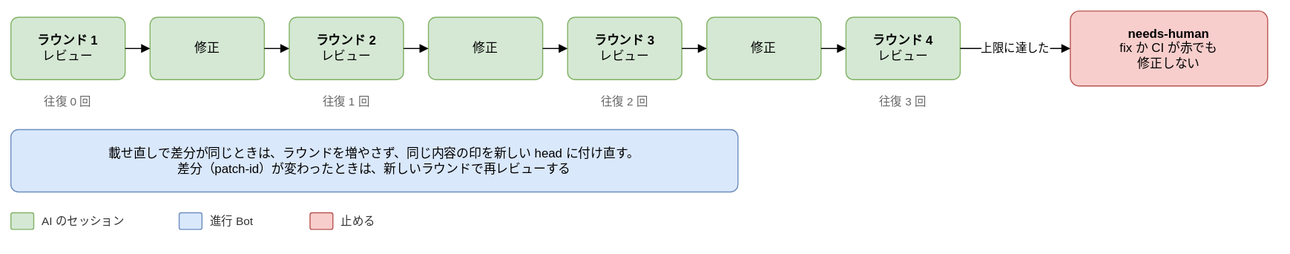
The draw.io diagram docs/design/basic/diagrams/02-rounds.drawio.svg in Joymerrevent/dev-autopilot, before a commit. Source tidied: cells renumbered, new cells last; positions are measured from the earlier drawing's top-left corner, leaving out a move shared by most shapes.
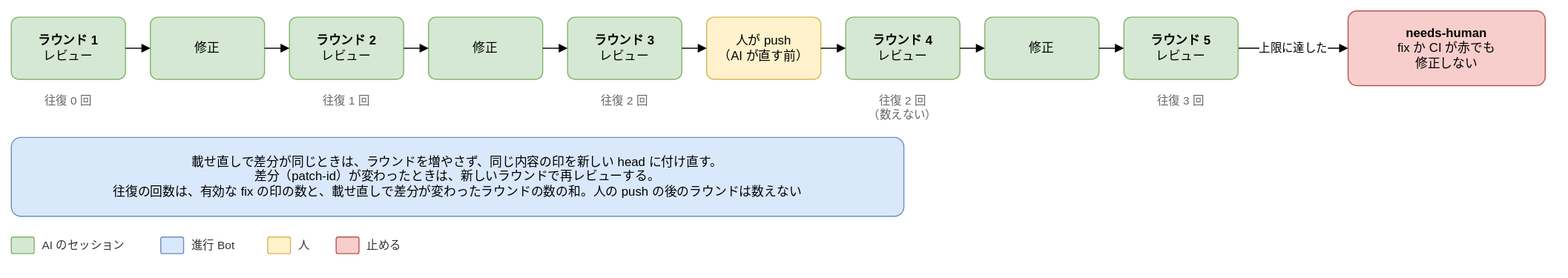
The same file after the commit.

What changed in the source:
```diff
@@ -38,7 +38,7 @@
     <mxCell id="13" value="往復 2 回" style="text;html=1;whiteSpace=wrap;align=left;verticalAlign=top;fontSize=11;fontColor=#666666;align=center;" parent="1" vertex="1">
       <mxGeometry x="536" y="74" width="110" height="20" as="geometry" />
     </mxCell>
-    <mxCell id="14" value="修正" style="rounded=1;whiteSpace=wrap;html=1;fontSize=12;arcSize=12;spacing=12;fillColor=#d5e8d4;strokeColor=#82b366;" parent="1" vertex="1">
+    <mxCell id="14" value="人が push&lt;br&gt;（AI が直す前）" style="rounded=1;whiteSpace=wrap;html=1;fontSize=12;arcSize=12;spacing=12;fillColor=#fff2cc;strokeColor=#d6b656;" parent="1" vertex="1">
       <mxGeometry x="670" y="6" width="110" height="60" as="geometry" />
     </mxCell>
     <mxCell id="15" style="edgeStyle=orthogonalEdgeStyle;rounded=1;html=1;endArrow=block;endFill=1;fontSize=11;labelBackgroundColor=#ffffff;exitX=1;exitY=0.5;exitDx=0;exitDy=0;entryX=0;entryY=0.5;entryDx=0;entryDy=0;" parent="1" edge="1" source="11" target="14">
@@ -50,35 +50,56 @@
     <mxCell id="17" style="edgeStyle=orthogonalEdgeStyle;rounded=1;html=1;endArrow=block;endFill=1;fontSize=11;labelBackgroundColor=#ffffff;exitX=1;exitY=0.5;exitDx=0;exitDy=0;entryX=0;entryY=0.5;entryDx=0;entryDy=0;" parent="1" edge="1" source="14" target="16">
       <mxGeometry relative="1" as="geometry" />
     </mxCell>
-    <mxCell id="18" value="往復 3 回" style="text;html=1;whiteSpace=wrap;align=left;verticalAlign=top;fontSize=11;fontColor=#666666;align=center;" parent="1" vertex="1">
-      <mxGeometry x="804" y="74" width="110" height="20" as="geometry" />
+    <mxCell id="18" value="往復 2 回&lt;br&gt;（数えない）" style="text;html=1;whiteSpace=wrap;align=left;verticalAlign=top;fontSize=11;fontColor=#666666;align=center;" parent="1" vertex="1">
+      <mxGeometry x="804" y="74" width="110" height="34" as="geometry" />
     </mxCell>
     <mxCell id="19" value="&lt;b&gt;needs-human&lt;/b&gt;&lt;br&gt;fix か CI が赤でも&lt;br&gt;修正しない" style="rounded=1;whiteSpace=wrap;html=1;fontSize=12;arcSize=12;spacing=12;fillColor=#f8cecc;strokeColor=#b85450;" parent="1" vertex="1">
-      <mxGeometry x="1020" width="190" height="72" as="geometry" />
+      <mxGeometry x="1288" width="190" height="72" as="geometry" />
     </mxCell>
-    <mxCell id="20" value="上限に達した" style="edgeStyle=orthogonalEdgeStyle;rounded=1;html=1;endArrow=block;endFill=1;fontSize=11;labelBackgroundColor=#ffffff;exitX=1;exitY=0.5;exitDx=0;exitDy=0;entryX=0;entryY=0.5;entryDx=0;entryDy=0;" parent="1" edge="1" source="16" target="19">
+    <mxCell id="20" value="上限に達した" style="edgeStyle=orthogonalEdgeStyle;rounded=1;html=1;endArrow=block;endFill=1;fontSize=11;labelBackgroundColor=#ffffff;exitX=1;exitY=0.5;exitDx=0;exitDy=0;entryX=0;entryY=0.5;entryDx=0;entryDy=0;" parent="1" edge="1" source="29" target="19">
       <mxGeometry relative="1" as="geometry" />
     </mxCell>
-    <mxCell id="21" value="載せ直しで差分が同じときは、ラウンドを増やさず、同じ内容の印を新しい head に付け直す。&lt;br&gt;差分（patch-id）が変わったときは、新しいラウンドで再レビューする" style="rounded=1;whiteSpace=wrap;html=1;fontSize=12;arcSize=12;spacing=12;fillColor=#dae8fc;strokeColor=#6c8ebf;" parent="1" vertex="1">
-      <mxGeometry y="114" width="700" height="60" as="geometry" />
+    <mxCell id="21" value="載せ直しで差分が同じときは、ラウンドを増やさず、同じ内容の印を新しい head に付け直す。&lt;br&gt;差分（patch-id）が変わったときは、新しいラウンドで再レビューする。&lt;br&gt;往復の回数は、有効な fix の印の数と、載せ直しで差分が変わったラウンドの数の和。人の push の後のラウンドは数えない" style="rounded=1;whiteSpace=wrap;html=1;fontSize=12;arcSize=12;spacing=12;fillColor=#dae8fc;strokeColor=#6c8ebf;" parent="1" vertex="1">
+      <mxGeometry y="122" width="860" height="76" as="geometry" />
     </mxCell>
+    <mxCell id="28" value="修正" style="rounded=1;whiteSpace=wrap;html=1;fontSize=12;arcSize=12;spacing=12;fillColor=#d5e8d4;strokeColor=#82b366;" parent="1" vertex="1">
+      <mxGeometry x="938" y="6" width="110" height="60" as="geometry" />
+    </mxCell>
+    <mxCell id="29" value="&lt;b&gt;ラウンド 5&lt;/b&gt;&lt;br&gt;レビュー" style="rounded=1;whiteSpace=wrap;html=1;fontSize=12;arcSize=12;spacing=12;fillColor=#d5e8d4;strokeColor=#82b366;" parent="1" vertex="1">
+      <mxGeometry x="1072" y="6" width="110" height="60" as="geometry" />
+    </mxCell>
+    <mxCell id="30" value="往復 3 回" style="text;html=1;whiteSpace=wrap;align=left;verticalAlign=top;fontSize=11;fontColor=#666666;align=center;" parent="1" vertex="1">
+      <mxGeometry x="1072" y="74" width="110" height="20" as="geometry" />
+    </mxCell>
+    <mxCell id="31" style="edgeStyle=orthogonalEdgeStyle;rounded=1;html=1;endArrow=block;endFill=1;fontSize=11;labelBackgroundColor=#ffffff;exitX=1;exitY=0.5;exitDx=0;exitDy=0;entryX=0;entryY=0.5;entryDx=0;entryDy=0;" parent="1" edge="1" source="16" target="28">
+      <mxGeometry relative="1" as="geometry" />
+    </mxCell>
+    <mxCell id="32" style="edgeStyle=orthogonalEdgeStyle;rounded=1;html=1;endArrow=block;endFill=1;fontSize=11;labelBackgroundColor=#ffffff;exitX=1;exitY=0.5;exitDx=0;exitDy=0;entryX=0;entryY=0.5;entryDx=0;entryDy=0;" parent="1" edge="1" source="28" target="29">
+      <mxGeometry relative="1" as="geometry" />
+    </mxCell>
     <mxCell id="22" style="rounded=1;whiteSpace=wrap;html=1;fontSize=12;arcSize=12;spacing=12;fillColor=#d5e8d4;strokeColor=#82b366;" parent="1" vertex="1">
-      <mxGeometry y="194" width="22" height="16" as="geometry" />
+      <mxGeometry y="218" width="22" height="16" as="geometry" />
     </mxCell>
     <mxCell id="23" value="AI のセッション" style="text;html=1;align=left;verticalAlign=middle;fontSize=11;fontColor=#333333;" parent="1" vertex="1">
-      <mxGeometry x="28" y="192" width="118" height="20" as="geometry" />
+      <mxGeometry x="28" y="216" width="100" height="20" as="geometry" />
     </mxCell>
     <mxCell id="24" style="rounded=1;whiteSpace=wrap;html=1;fontSize=12;arcSize=12;spacing=12;fillColor=#dae8fc;strokeColor=#6c8ebf;" parent="1" vertex="1">
-      <mxGeometry x="162" y="194" width="22" height="16" as="geometry" />
+      <mxGeometry x="144" y="218" width="22" height="16" as="geometry" />
     </mxCell>
     <mxCell id="25" value="進行 Bot" style="text;html=1;align=left;verticalAlign=middle;fontSize=11;fontColor=#333333;" parent="1" vertex="1">
-      <mxGeometry x="190" y="192" width="82" height="20" as="geometry" />
+      <mxGeometry x="172" y="216" width="59" height="20" as="geometry" />
     </mxCell>
-    <mxCell id="26" style="rounded=1;whiteSpace=wrap;html=1;fontSize=12;arcSize=12;spacing=12;fillColor=#f8cecc;strokeColor=#b85450;" parent="1" vertex="1">
-      <mxGeometry x="288" y="194" width="22" height="16" as="geometry" />
+    <mxCell id="26" style="rounded=1;whiteSpace=wrap;html=1;fontSize=12;arcSize=12;spacing=12;fillColor=#fff2cc;strokeColor=#d6b656;" parent="1" vertex="1">
+      <mxGeometry x="247" y="218" width="22" height="16" as="geometry" />
     </mxCell>
-    <mxCell id="27" value="止める" style="text;html=1;align=left;verticalAlign=middle;fontSize=11;fontColor=#333333;" parent="1" vertex="1">
-      <mxGeometry x="316" y="192" width="46" height="20" as="geometry" />
+    <mxCell id="27" value="人" style="text;html=1;align=left;verticalAlign=middle;fontSize=11;fontColor=#333333;" parent="1" vertex="1">
+      <mxGeometry x="275" y="216" width="22" height="20" as="geometry" />
     </mxCell>
+    <mxCell id="33" style="rounded=1;whiteSpace=wrap;html=1;fontSize=12;arcSize=12;spacing=12;fillColor=#f8cecc;strokeColor=#b85450;" parent="1" vertex="1">
+      <mxGeometry x="313" y="218" width="22" height="16" as="geometry" />
+    </mxCell>
+    <mxCell id="34" value="止める" style="text;html=1;align=left;verticalAlign=middle;fontSize=11;fontColor=#333333;" parent="1" vertex="1">
+      <mxGeometry x="341" y="216" width="46" height="20" as="geometry" />
+    </mxCell>
   </root>
 </mxGraphModel>
```
